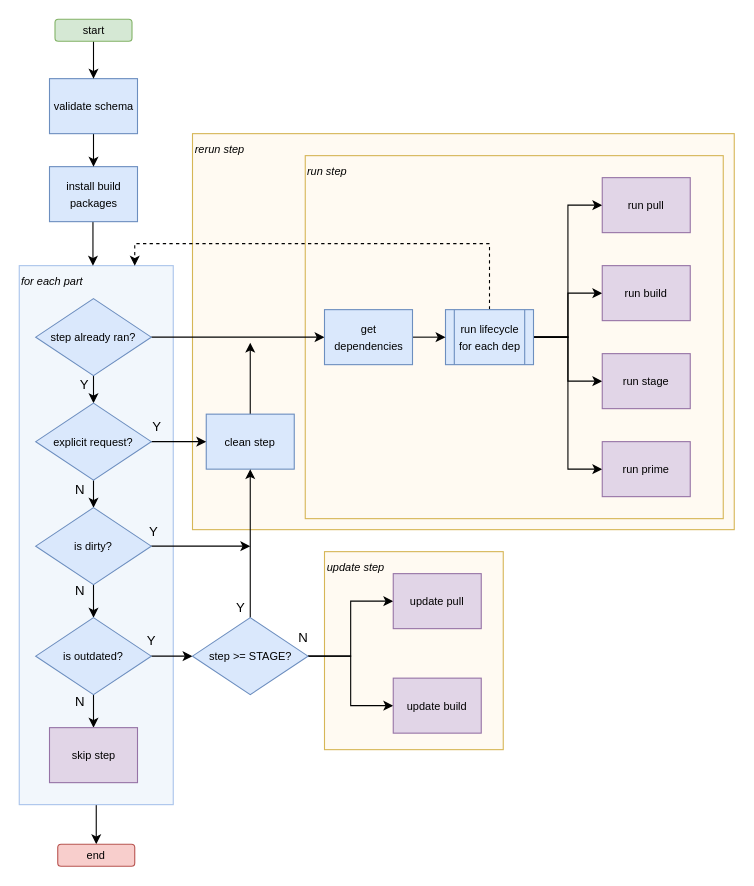
Above: docs/images/lifecycle_logic.drawio in canonical/craft-parts (draw.io), before the change. Source tidied: cells renumbered, new cells numbered last; positions are measured from the earlier drawing's top-left corner, leaving out a move shared by most shapes. Both pictures are drawn from the tidied source at 110%, with x=0, y=0 at pixel (19, 19).
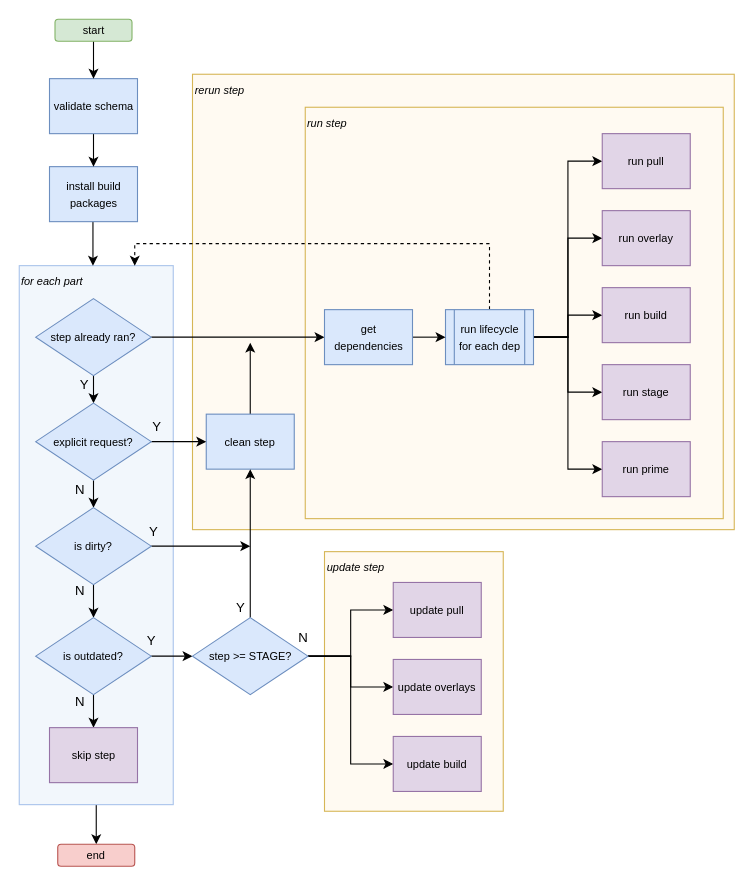
The same page after the edit.

Commit message (it also covers changes not shown here):
docs: include overlays in the lifecycle documentation.

The change refers to these unchanged cells:
```xml
<mxCell id="17" value="&lt;font style=&quot;font-size: 10px&quot;&gt;run lifecycle for each dep&lt;/font&gt;" style="shape=process;whiteSpace=wrap;html=1;backgroundOutline=1;fillColor=#dae8fc;strokeColor=#6c8ebf;" parent="1" vertex="1">
  <mxGeometry x="387.5" y="264" width="80" height="50" as="geometry" />
</mxCell>
<mxCell id="33" value="&lt;font style=&quot;font-size: 10px&quot;&gt;step &amp;gt;= STAGE?&lt;/font&gt;" style="rhombus;whiteSpace=wrap;html=1;fillColor=#dae8fc;strokeColor=#6c8ebf;" parent="1" vertex="1">
  <mxGeometry x="157.5" y="544" width="105" height="70" as="geometry" />
</mxCell>
```

What changed in the source:
```diff
@@
     <mxCell id="2" value="&lt;div align=&quot;left&quot;&gt;&lt;i&gt;&lt;font style=&quot;font-size: 10px&quot;&gt;update step&lt;/font&gt;&lt;/i&gt;&lt;/div&gt;" style="rounded=0;whiteSpace=wrap;html=1;strokeColor=#d6b656;align=left;fillColor=#FFFAF2;verticalAlign=top;" parent="1" vertex="1">
-      <mxGeometry x="277.5" y="484" width="162.5" height="180" as="geometry" />
+      <mxGeometry x="277.5" y="484" width="162.5" height="236" as="geometry" />
     </mxCell>
     <mxCell id="3" value="&lt;i&gt;&lt;font style=&quot;font-size: 10px&quot;&gt;rerun step&lt;/font&gt;&lt;/i&gt;" style="rounded=0;whiteSpace=wrap;html=1;strokeColor=#d6b656;align=left;fillColor=#FFFAF2;verticalAlign=top;" parent="1" vertex="1">
-      <mxGeometry x="157.5" y="104" width="492.5" height="360" as="geometry" />
+      <mxGeometry x="157.5" y="50" width="492.5" height="414" as="geometry" />
     </mxCell>
     <mxCell id="4" value="&lt;div align=&quot;left&quot;&gt;&lt;i&gt;&lt;font style=&quot;font-size: 10px&quot;&gt;run step&lt;/font&gt;&lt;/i&gt;&lt;/div&gt;" style="rounded=0;whiteSpace=wrap;html=1;strokeColor=#d6b656;align=left;fillColor=#FFFAF2;verticalAlign=top;" parent="1" vertex="1">
-      <mxGeometry x="260" y="124" width="380" height="330" as="geometry" />
+      <mxGeometry x="260" y="80" width="380" height="374" as="geometry" />
     </mxCell>
@@
+    <mxCell id="56" style="edgeStyle=orthogonalEdgeStyle;rounded=0;jettySize=auto;html=1;exitX=1;exitY=0.5;exitDx=0;exitDy=0;entryX=0;entryY=0.5;entryDx=0;entryDy=0;" parent="1" edge="1" source="17" target="58">
+      <mxGeometry relative="1" as="geometry" />
+    </mxCell>
@@
+    <mxCell id="57" style="edgeStyle=orthogonalEdgeStyle;rounded=0;jettySize=auto;html=1;" parent="1" edge="1" source="33" target="59">
+      <mxGeometry relative="1" as="geometry" />
+    </mxCell>
@@
     <mxCell id="34" value="&lt;font style=&quot;font-size: 10px&quot;&gt;update pull&lt;/font&gt;" style="rounded=0;whiteSpace=wrap;html=1;fillColor=#e1d5e7;strokeColor=#9673a6;" parent="1" vertex="1">
-      <mxGeometry x="340" y="504" width="80" height="50" as="geometry" />
+      <mxGeometry x="340" y="512" width="80" height="50" as="geometry" />
     </mxCell>
     <mxCell id="35" value="&lt;font style=&quot;font-size: 10px&quot;&gt;update build&lt;/font&gt;" style="rounded=0;whiteSpace=wrap;html=1;fillColor=#e1d5e7;strokeColor=#9673a6;" parent="1" vertex="1">
-      <mxGeometry x="340" y="599" width="80" height="50" as="geometry" />
+      <mxGeometry x="340" y="652" width="80" height="50" as="geometry" />
     </mxCell>
     <mxCell id="36" value="&lt;font style=&quot;font-size: 10px&quot;&gt;run pull&lt;/font&gt;" style="rounded=0;whiteSpace=wrap;html=1;fillColor=#e1d5e7;strokeColor=#9673a6;" parent="1" vertex="1">
-      <mxGeometry x="530" y="144" width="80" height="50" as="geometry" />
+      <mxGeometry x="530" y="104" width="80" height="50" as="geometry" />
     </mxCell>
     <mxCell id="37" value="&lt;font style=&quot;font-size: 10px&quot;&gt;run build&lt;br&gt;&lt;/font&gt;" style="rounded=0;whiteSpace=wrap;html=1;fillColor=#e1d5e7;strokeColor=#9673a6;" parent="1" vertex="1">
-      <mxGeometry x="530" y="224" width="80" height="50" as="geometry" />
+      <mxGeometry x="530" y="244" width="80" height="50" as="geometry" />
     </mxCell>
     <mxCell id="38" value="&lt;font style=&quot;font-size: 10px&quot;&gt;run stage&lt;br&gt;&lt;/font&gt;" style="rounded=0;whiteSpace=wrap;html=1;fillColor=#e1d5e7;strokeColor=#9673a6;" parent="1" vertex="1">
-      <mxGeometry x="530" y="304" width="80" height="50" as="geometry" />
+      <mxGeometry x="530" y="314" width="80" height="50" as="geometry" />
     </mxCell>
@@
+    <mxCell id="58" value="&lt;font style=&quot;font-size: 10px&quot;&gt;run overlay&lt;br&gt;&lt;/font&gt;" style="rounded=0;whiteSpace=wrap;html=1;fillColor=#e1d5e7;strokeColor=#9673a6;" parent="1" vertex="1">
+      <mxGeometry x="530" y="174" width="80" height="50" as="geometry" />
+    </mxCell>
+    <mxCell id="59" value="&lt;font style=&quot;font-size: 10px&quot;&gt;update overlays&lt;/font&gt;" style="rounded=0;whiteSpace=wrap;html=1;fillColor=#e1d5e7;strokeColor=#9673a6;" parent="1" vertex="1">
+      <mxGeometry x="340" y="582" width="80" height="50" as="geometry" />
+    </mxCell>
```
